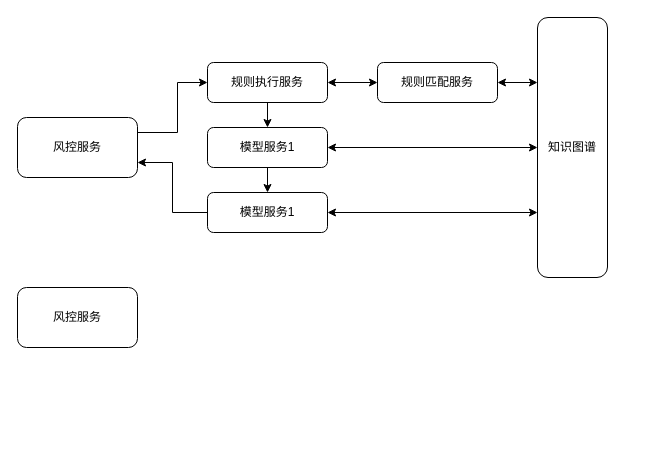
This is 风控/风控引擎架构.drawio from XiaoLiuAI/diagrams, a draw.io file, before an edit. Source tidied: cells renumbered, new cells numbered last; positions are measured from the earlier drawing's top-left corner, leaving out a move shared by most shapes. Both pictures are drawn from the tidied source at 100%, with x=0, y=0 at pixel (17, 17).
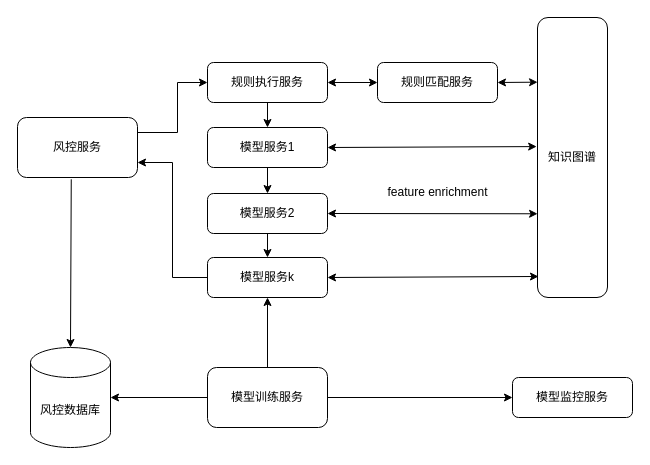
After the change.

Commit message (it also covers changes not shown here):
更新风控引擎架构.drawio

Unchanged cells that the change refers to:
```xml
<mxCell id="3" value="规则匹配服务" style="rounded=1;whiteSpace=wrap;html=1;" parent="1" vertex="1">
  <mxGeometry x="360" y="45" width="120" height="40" as="geometry" />
</mxCell>
<mxCell id="5" value="模型服务1" style="rounded=1;whiteSpace=wrap;html=1;" parent="4" vertex="1">
  <mxGeometry width="120" height="40" as="geometry" />
</mxCell>
<mxCell id="6" value="风控服务" style="rounded=1;whiteSpace=wrap;html=1;" parent="1" vertex="1">
  <mxGeometry y="100" width="120" height="60" as="geometry" />
</mxCell>
```

Change to the diagram source:
```diff
@@
     <mxCell id="10" value="知识图谱" style="rounded=1;whiteSpace=wrap;html=1;" parent="1" vertex="1">
-      <mxGeometry x="520" width="70" height="260" as="geometry" />
+      <mxGeometry x="520" width="70" height="280" as="geometry" />
     </mxCell>
-    <mxCell id="11" style="endArrow=classic;startArrow=classic;html=1;rounded=0;exitX=1;exitY=0.5;exitDx=0;exitDy=0;" parent="1" edge="1" source="5" target="10">
+    <mxCell id="11" style="endArrow=classic;startArrow=classic;html=1;rounded=0;exitX=1;exitY=0.5;exitDx=0;exitDy=0;entryX=-0.012;entryY=0.461;entryDx=0;entryDy=0;entryPerimeter=0;" parent="1" edge="1" source="5" target="10">
       <mxGeometry relative="1" as="geometry" />
     </mxCell>
@@
     <mxCell id="13" style="group;" parent="1" vertex="1">
-      <mxGeometry x="190" y="175" width="120" height="40" as="geometry" />
+      <mxGeometry x="190" y="240" width="120" height="40" as="geometry" />
     </mxCell>
-    <mxCell id="14" value="模型服务1" style="rounded=1;whiteSpace=wrap;html=1;" parent="13" vertex="1">
+    <mxCell id="14" value="模型服务k" style="rounded=1;whiteSpace=wrap;html=1;" parent="13" vertex="1">
       <mxGeometry width="120" height="40" as="geometry" />
     </mxCell>
-    <mxCell id="15" style="endArrow=classic;startArrow=classic;html=1;rounded=0;entryX=0;entryY=0.75;entryDx=0;entryDy=0;" parent="1" edge="1" source="14" target="10">
+    <mxCell id="15" style="endArrow=classic;startArrow=classic;html=1;rounded=0;entryX=0.001;entryY=0.701;entryDx=0;entryDy=0;exitX=1;exitY=0.5;exitDx=0;exitDy=0;entryPerimeter=0;" parent="1" edge="1" source="26" target="10">
       <mxGeometry relative="1" as="geometry" />
     </mxCell>
-    <mxCell id="16" style="endArrow=classic;startArrow=classic;html=1;rounded=0;exitX=1;exitY=0.5;exitDx=0;exitDy=0;entryX=0;entryY=0.25;entryDx=0;entryDy=0;" parent="1" edge="1" source="3" target="10">
+    <mxCell id="16" style="endArrow=classic;startArrow=classic;html=1;rounded=0;exitX=1;exitY=0.5;exitDx=0;exitDy=0;entryX=0.001;entryY=0.231;entryDx=0;entryDy=0;entryPerimeter=0;" parent="1" edge="1" source="3" target="10">
       <mxGeometry relative="1" as="geometry" />
     </mxCell>
-    <mxCell id="17" style="endArrow=classic;html=1;rounded=0;exitX=0.5;exitY=1;exitDx=0;exitDy=0;entryX=0.5;entryY=0;entryDx=0;entryDy=0;" parent="1" edge="1" source="5" target="14">
+    <mxCell id="17" style="endArrow=classic;html=1;rounded=0;exitX=0.5;exitY=1;exitDx=0;exitDy=0;entryX=0.5;entryY=0;entryDx=0;entryDy=0;" parent="1" edge="1" source="5" target="26">
       <mxGeometry relative="1" as="geometry" />
     </mxCell>
-    <mxCell id="18" value="风控服务" style="rounded=1;whiteSpace=wrap;html=1;" parent="1" vertex="1">
-      <mxGeometry y="270" width="120" height="60" as="geometry" />
+    <mxCell id="18" value="模型训练服务" style="rounded=1;whiteSpace=wrap;html=1;" parent="1" vertex="1">
+      <mxGeometry x="190" y="350" width="120" height="60" as="geometry" />
     </mxCell>
+    <mxCell id="19" value="风控数据库" style="shape=cylinder3;whiteSpace=wrap;html=1;boundedLbl=1;backgroundOutline=1;size=15;" parent="1" vertex="1">
+      <mxGeometry x="13" y="330" width="80" height="100" as="geometry" />
+    </mxCell>
+    <mxCell id="20" style="endArrow=classic;html=1;rounded=0;exitX=0.448;exitY=1.03;exitDx=0;exitDy=0;exitPerimeter=0;entryX=0.5;entryY=0;entryDx=0;entryDy=0;entryPerimeter=0;" parent="1" edge="1" source="6" target="19">
+      <mxGeometry relative="1" as="geometry" />
+    </mxCell>
+    <mxCell id="21" style="endArrow=classic;html=1;rounded=0;exitX=0;exitY=0.5;exitDx=0;exitDy=0;entryX=1;entryY=0.5;entryDx=0;entryDy=0;entryPerimeter=0;" parent="1" edge="1" source="18" target="19">
+      <mxGeometry relative="1" as="geometry" />
+    </mxCell>
+    <mxCell id="22" value="模型监控服务" style="rounded=1;whiteSpace=wrap;html=1;" parent="1" vertex="1">
+      <mxGeometry x="495" y="360" width="120" height="40" as="geometry" />
+    </mxCell>
+    <mxCell id="23" style="endArrow=classic;html=1;rounded=0;entryX=0.5;entryY=1;entryDx=0;entryDy=0;exitX=0.5;exitY=0;exitDx=0;exitDy=0;" parent="1" edge="1" source="18" target="14">
+      <mxGeometry relative="1" as="geometry" />
+    </mxCell>
+    <mxCell id="24" style="endArrow=classic;html=1;rounded=0;exitX=1;exitY=0.5;exitDx=0;exitDy=0;entryX=0;entryY=0.5;entryDx=0;entryDy=0;" parent="1" edge="1" source="18" target="22">
+      <mxGeometry relative="1" as="geometry" />
+    </mxCell>
+    <mxCell id="25" style="group;" parent="1" vertex="1">
+      <mxGeometry x="190" y="176" width="120" height="40" as="geometry" />
+    </mxCell>
+    <mxCell id="26" value="模型服务2" style="rounded=1;whiteSpace=wrap;html=1;" parent="25" vertex="1">
+      <mxGeometry width="120" height="40" as="geometry" />
+    </mxCell>
+    <mxCell id="27" style="endArrow=classic;html=1;rounded=0;exitX=0.5;exitY=1;exitDx=0;exitDy=0;entryX=0.5;entryY=0;entryDx=0;entryDy=0;" parent="1" edge="1" source="26" target="14">
+      <mxGeometry relative="1" as="geometry" />
+    </mxCell>
+    <mxCell id="28" style="endArrow=classic;startArrow=classic;html=1;rounded=0;entryX=0.014;entryY=0.925;entryDx=0;entryDy=0;exitX=1;exitY=0.5;exitDx=0;exitDy=0;entryPerimeter=0;" parent="1" edge="1" source="14" target="10">
+      <mxGeometry relative="1" as="geometry" />
+    </mxCell>
+    <mxCell id="29" value="feature enrichment" style="text;html=1;strokeColor=none;fillColor=none;align=center;verticalAlign=middle;whiteSpace=wrap;rounded=0;" parent="1" vertex="1">
+      <mxGeometry x="367.5" y="160" width="105" height="30" as="geometry" />
+    </mxCell>
```
